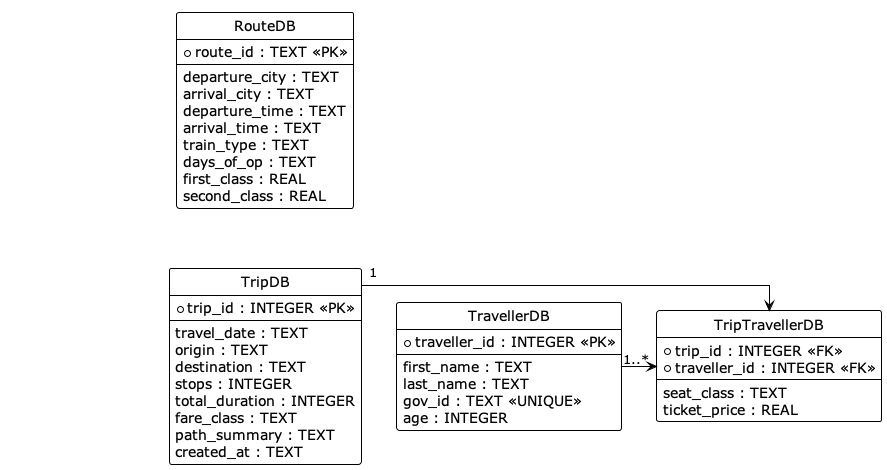
Earlier version of the PlantUML export out/docs/PlantUMLCode/dataModel/data.png (nicolas-zampieri/SOEN342).
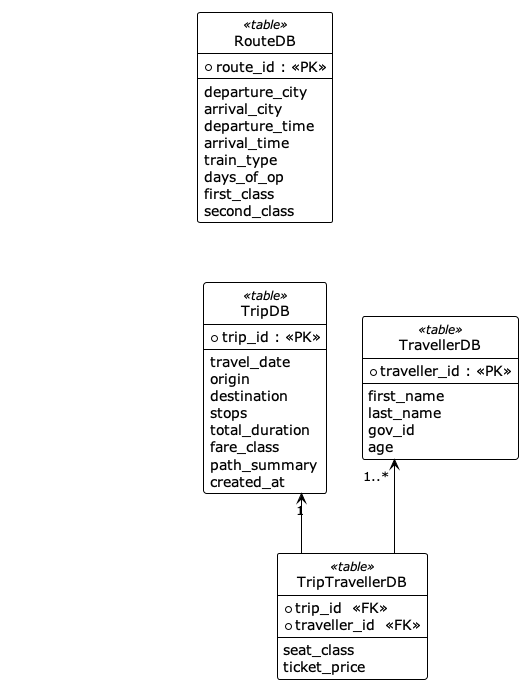
The same diagram one commit later.

Commit message:
update of data model diagram

What changed in the source:
```diff
@@ -11,51 +11,51 @@
   FontName Helvetica
 }
 
-entity "RouteDB" as Route {
-  * route_id : TEXT <<PK>>
+entity "RouteDB" as Route <<table>> {
+  * route_id : <<PK>>
   --
-  departure_city : TEXT
-  arrival_city : TEXT
-  departure_time : TEXT
-  arrival_time : TEXT
-  train_type : TEXT
-  days_of_op : TEXT
-  first_class : REAL
-  second_class : REAL
+  departure_city
+  arrival_city
+  departure_time
+  arrival_time
+  train_type
+  days_of_op
+  first_class
+  second_class
 }
 
-entity "TravellerDB" as Traveller {
-  * traveller_id : INTEGER <<PK>>
+entity "TravellerDB" as Traveller <<table>> {
+  * traveller_id : <<PK>>
   --
-  first_name : TEXT
-  last_name : TEXT
-  gov_id : TEXT <<UNIQUE>>
-  age : INTEGER
+  first_name
+  last_name
+  gov_id
+  age
 }
 
-entity "TripDB" as Trip {
-  * trip_id : INTEGER <<PK>>
+entity "TripDB" as Trip <<table>> {
+  * trip_id : <<PK>>
   --
-  travel_date : TEXT
-  origin : TEXT
-  destination : TEXT
-  stops : INTEGER
-  total_duration : INTEGER
-  fare_class : TEXT
-  path_summary : TEXT
-  created_at : TEXT
+  travel_date
+  origin
+  destination
+  stops
+  total_duration
+  fare_class
+  path_summary
+  created_at
 }
 
-entity "TripTravellerDB" as TripTraveller {
-  * trip_id : INTEGER <<FK>>
-  * traveller_id : INTEGER <<FK>>
+entity "TripTravellerDB" as TripTraveller <<table>> {
+  * trip_id  <<FK>>
+  * traveller_id  <<FK>>
   --
-  seat_class : TEXT
-  ticket_price : REAL
+  seat_class
+  ticket_price
 }
 
 Route "0..*" -[hidden]-> Trip : unrelated (routes are reference data)
-Trip "1" ->"TripTraveller"
-Traveller "1..*" -> "TripTraveller"
+Trip "1" <--"TripTraveller"
+Traveller "1..*" <-- "TripTraveller"
 
 @enduml
```
